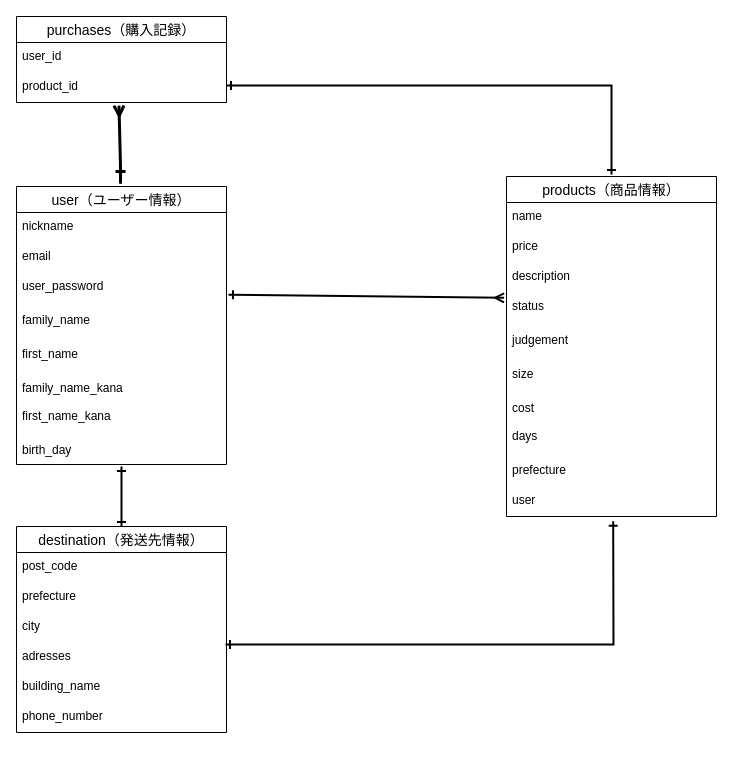
nono2chan/furima-39100 keeps this draw.io diagram as furima.dio. Above is the earlier version. Source tidied: cells renumbered, new cells numbered last; positions are measured from the earlier drawing's top-left corner, leaving out a move shared by most shapes. Both pictures are drawn from the tidied source at 100%, with x=0, y=0 at pixel (16, 16).
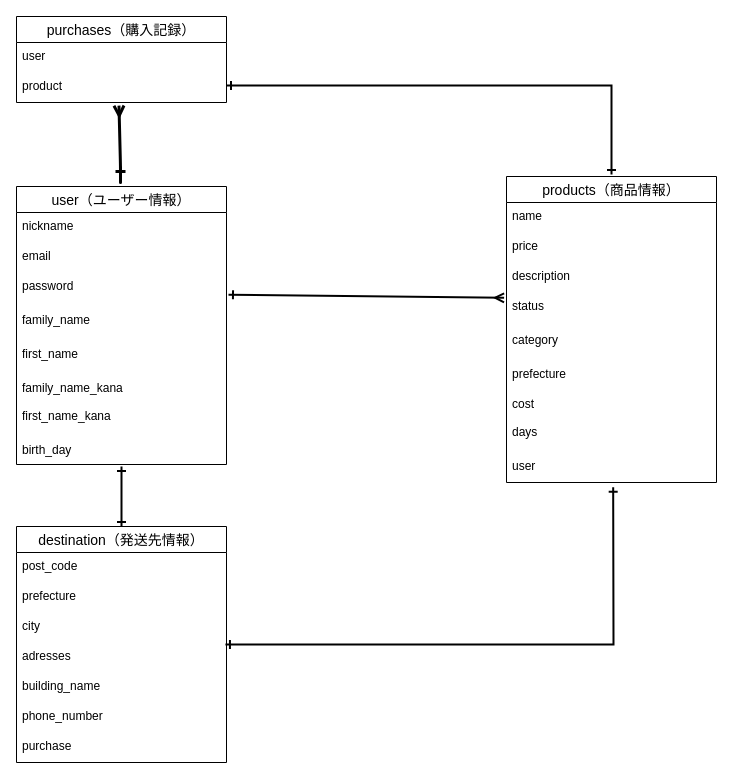
Above is the later version.

Unchanged cells that the change refers to:
```xml
<mxCell id="4" value="user（ユーザー情報）" style="swimlane;fontStyle=0;horizontal=1;startSize=26;align=center;fontSize=14;" parent="1" vertex="1">
  <mxGeometry y="170" width="210" height="278" as="geometry" />
</mxCell>
<mxCell id="33" value="purchases（購入記録）" style="swimlane;fontStyle=0;horizontal=1;startSize=26;align=center;fontSize=14;" parent="1" vertex="1">
  <mxGeometry width="210" height="86" as="geometry" />
</mxCell>
```

Change to the diagram source:
```diff
@@
-    <mxCell id="7" value="user_password" style="text;strokeColor=none;fillColor=none;spacingLeft=4;spacingRight=4;overflow=hidden;fontSize=12;" parent="4" vertex="1">
+    <mxCell id="7" value="password" style="text;strokeColor=none;fillColor=none;spacingLeft=4;spacingRight=4;overflow=hidden;fontSize=12;" parent="4" vertex="1">
       <mxGeometry y="86" width="210" height="34" as="geometry" />
     </mxCell>
@@
     <mxCell id="14" value="products（商品情報）" style="swimlane;fontStyle=0;horizontal=1;startSize=26;align=center;fontSize=14;" parent="1" vertex="1">
-      <mxGeometry x="490" y="160" width="210" height="340" as="geometry" />
+      <mxGeometry x="490" y="160" width="210" height="306" as="geometry" />
     </mxCell>
@@
-    <mxCell id="19" value="judgement" style="text;strokeColor=none;fillColor=none;spacingLeft=4;spacingRight=4;overflow=hidden;fontSize=12;" parent="14" vertex="1">
+    <mxCell id="19" value="category" style="text;strokeColor=none;fillColor=none;spacingLeft=4;spacingRight=4;overflow=hidden;fontSize=12;" parent="14" vertex="1">
       <mxGeometry y="150" width="210" height="34" as="geometry" />
     </mxCell>
-    <mxCell id="20" value="size" style="text;strokeColor=none;fillColor=none;spacingLeft=4;spacingRight=4;overflow=hidden;fontSize=12;" parent="14" vertex="1">
-      <mxGeometry y="184" width="210" height="34" as="geometry" />
-    </mxCell>
+    <mxCell id="23" value="prefecture" style="text;strokeColor=none;fillColor=none;spacingLeft=4;spacingRight=4;overflow=hidden;fontSize=12;" parent="14" vertex="1">
+      <mxGeometry y="184" width="210" height="30" as="geometry" />
+    </mxCell>
     <mxCell id="21" value="cost" style="text;strokeColor=none;fillColor=none;spacingLeft=4;spacingRight=4;overflow=hidden;fontSize=12;" parent="14" vertex="1">
-      <mxGeometry y="218" width="210" height="28" as="geometry" />
+      <mxGeometry y="214" width="210" height="28" as="geometry" />
     </mxCell>
     <mxCell id="22" value="days" style="text;strokeColor=none;fillColor=none;spacingLeft=4;spacingRight=4;overflow=hidden;fontSize=12;" parent="14" vertex="1">
-      <mxGeometry y="246" width="210" height="34" as="geometry" />
+      <mxGeometry y="242" width="210" height="34" as="geometry" />
     </mxCell>
-    <mxCell id="23" value="prefecture" style="text;strokeColor=none;fillColor=none;spacingLeft=4;spacingRight=4;overflow=hidden;fontSize=12;" parent="14" vertex="1">
-      <mxGeometry y="280" width="210" height="30" as="geometry" />
-    </mxCell>
     <mxCell id="24" value="user" style="text;strokeColor=none;fillColor=none;spacingLeft=4;spacingRight=4;overflow=hidden;points=[[0,0.5],[1,0.5]];portConstraint=eastwest;fontSize=12;" parent="14" vertex="1">
-      <mxGeometry y="310" width="210" height="30" as="geometry" />
+      <mxGeometry y="276" width="210" height="30" as="geometry" />
     </mxCell>
     <mxCell id="25" value="destination（発送先情報）" style="swimlane;fontStyle=0;horizontal=1;startSize=26;align=center;fontSize=14;" parent="1" vertex="1">
-      <mxGeometry y="510" width="210" height="206" as="geometry" />
+      <mxGeometry y="510" width="210" height="236" as="geometry" />
     </mxCell>
@@
+    <mxCell id="38" value="purchase" style="text;strokeColor=none;fillColor=none;spacingLeft=4;spacingRight=4;overflow=hidden;fontSize=12;strokeWidth=1;html=0;" parent="25" vertex="1">
+      <mxGeometry y="206" width="210" height="30" as="geometry" />
+    </mxCell>
@@
-    <mxCell id="34" value="user_id" style="text;strokeColor=none;fillColor=none;spacingLeft=4;spacingRight=4;overflow=hidden;fontSize=12;" parent="33" vertex="1">
+    <mxCell id="34" value="user" style="text;strokeColor=none;fillColor=none;spacingLeft=4;spacingRight=4;overflow=hidden;fontSize=12;" parent="33" vertex="1">
       <mxGeometry y="26" width="210" height="30" as="geometry" />
     </mxCell>
-    <mxCell id="35" value="product_id" style="text;strokeColor=none;fillColor=none;spacingLeft=4;spacingRight=4;overflow=hidden;points=[[0,0.5],[1,0.5]];portConstraint=eastwest;fontSize=12;" parent="33" vertex="1">
+    <mxCell id="35" value="product" style="text;strokeColor=none;fillColor=none;spacingLeft=4;spacingRight=4;overflow=hidden;points=[[0,0.5],[1,0.5]];portConstraint=eastwest;fontSize=12;" parent="33" vertex="1">
       <mxGeometry y="56" width="210" height="30" as="geometry" />
     </mxCell>
```
